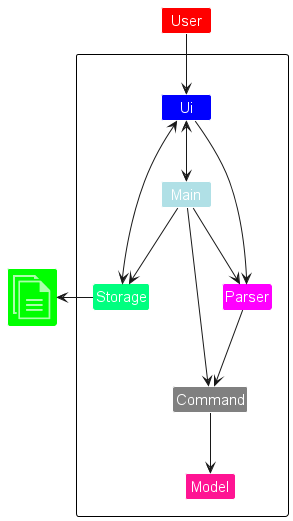
nus-cs2113-AY2324S1/tp keeps this PlantUML diagram as docs/images/ArchitectureDiagram.png. Above is the earlier version. Its diagram source:
```plantuml
@startuml
!include <office/Concepts/documents>
!include style.puml

package "" as f {
Class Ui #blue
Class Parser #Magenta
Class Model #DeepPink
Class Main #PowderBlue
Class Storage #SpringGreen
Class Command #Grey
}

Class User #red
Class "<$documents>" as File #Lime

User -down-> Ui
Ui --> Parser
Ui <--> Main
Ui <--> Storage
Main --> Storage
Main --> Parser
Main --> Command
Parser --> Command
Command --> Model

Storage -left-> File

@enduml
```
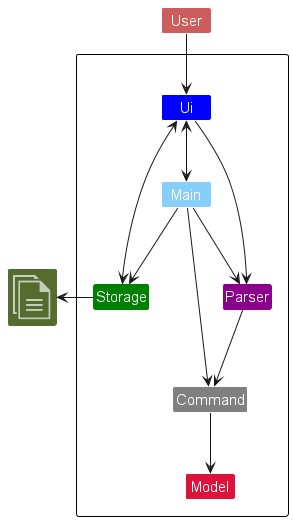
Later version of the same file.

Commit message:
Update Architecture Diagram and fix typo

Diff of the diagram source:
```diff
@@ -4,15 +4,15 @@
 
 package "" as f {
 Class Ui #blue
-Class Parser #Magenta
-Class Model #DeepPink
-Class Main #PowderBlue
-Class Storage #SpringGreen
+Class Parser #DarkMagenta
+Class Model #Crimson
+Class Main #LightSkyBlue
+Class Storage #Green
 Class Command #Grey
 }
 
-Class User #red
-Class "<$documents>" as File #Lime
+Class User #IndianRed
+Class "<$documents>" as File #DarkOliveGreen
 
 User -down-> Ui
 Ui --> Parser
```
